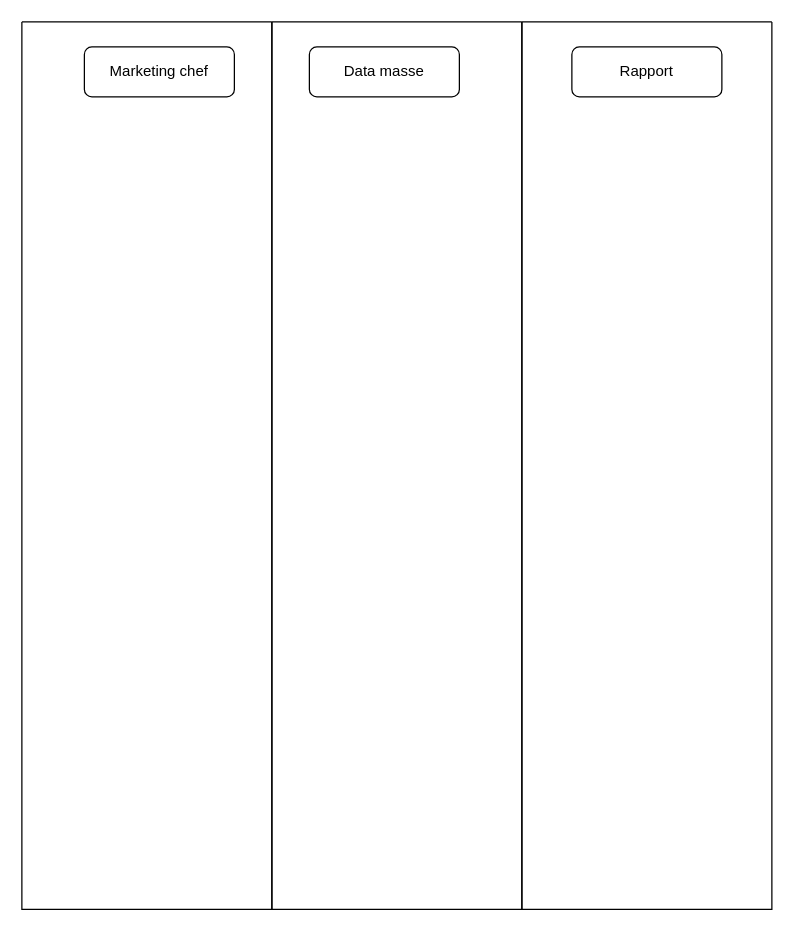
Above: Untitled Diagram.drawio in TeisBajs/SoftwareKonstruktion (draw.io), before the change. Source tidied: cells renumbered, new cells numbered last; positions are measured from the earlier drawing's top-left corner, leaving out a move shared by most shapes. Both pictures are drawn from the tidied source at 125%, with x=0, y=0 at pixel (21, 21).
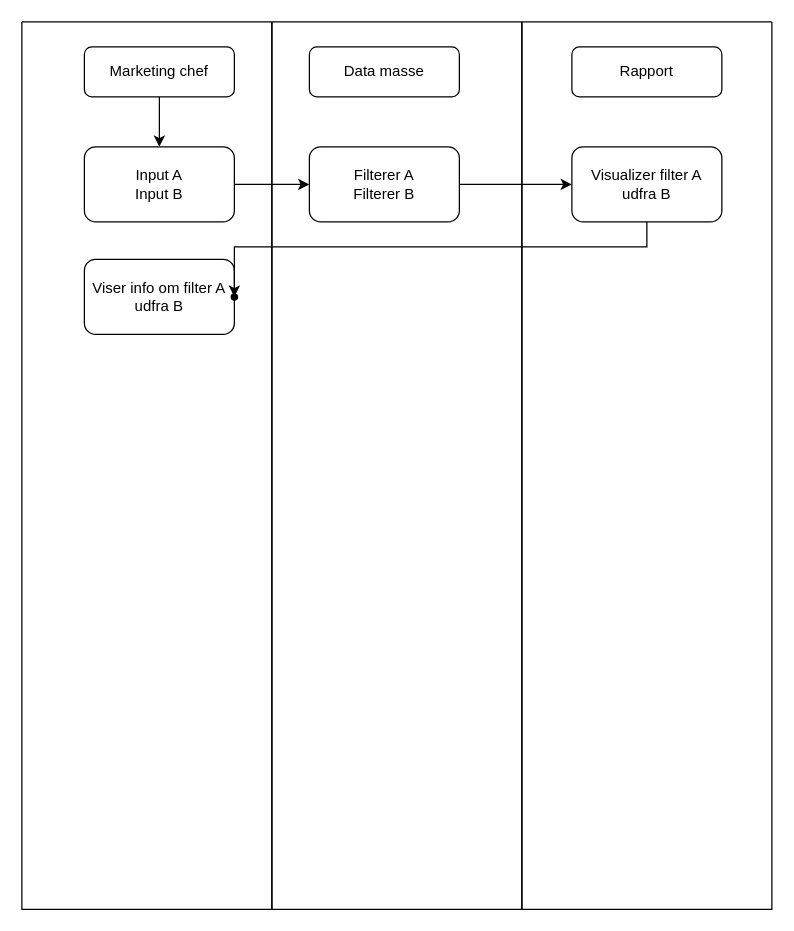
The same page after the edit.

What changed in the source:
```diff
@@
 <mxGraphModel>
   <root>
     <mxCell id="0" />
     <mxCell id="1" parent="0" />
     <mxCell id="2" style="swimlane;startSize=0;" parent="1" vertex="1">
       <mxGeometry width="200" height="710" as="geometry" />
     </mxCell>
+    <mxCell id="8" style="edgeStyle=orthogonalEdgeStyle;rounded=0;jettySize=auto;html=1;" parent="2" edge="1" source="3" target="9">
+      <mxGeometry relative="1" as="geometry" />
+    </mxCell>
     <mxCell id="3" value="Marketing chef" style="rounded=1;whiteSpace=wrap;html=1;fontSize=12;glass=0;strokeWidth=1;shadow=0;" parent="2" vertex="1">
       <mxGeometry x="50" y="20" width="120" height="40" as="geometry" />
     </mxCell>
+    <mxCell id="9" value="Input A&lt;br&gt;Input B" style="rounded=1;whiteSpace=wrap;html=1;" parent="2" vertex="1">
+      <mxGeometry x="50" y="100" width="120" height="60" as="geometry" />
+    </mxCell>
+    <mxCell id="10" value="Viser info om filter A udfra B" style="rounded=1;whiteSpace=wrap;html=1;" parent="2" vertex="1">
+      <mxGeometry x="50" y="190" width="120" height="60" as="geometry" />
+    </mxCell>
     <mxCell id="4" style="swimlane;startSize=0;" parent="1" vertex="1">
       <mxGeometry x="400" width="200" height="710" as="geometry" />
     </mxCell>
     <mxCell id="5" value="Rapport" style="rounded=1;whiteSpace=wrap;html=1;fontSize=12;glass=0;strokeWidth=1;shadow=0;" parent="4" vertex="1">
       <mxGeometry x="40" y="20" width="120" height="40" as="geometry" />
     </mxCell>
+    <mxCell id="11" value="Visualizer filter A udfra B" style="rounded=1;whiteSpace=wrap;html=1;" parent="4" vertex="1">
+      <mxGeometry x="40" y="100" width="120" height="60" as="geometry" />
+    </mxCell>
     <mxCell id="6" value="Data masse" style="rounded=1;whiteSpace=wrap;html=1;fontSize=12;glass=0;strokeWidth=1;shadow=0;" parent="1" vertex="1">
       <mxGeometry x="230" y="20" width="120" height="40" as="geometry" />
     </mxCell>
     <mxCell id="7" style="swimlane;startSize=0;" parent="1" vertex="1">
       <mxGeometry x="200" width="200" height="710" as="geometry" />
     </mxCell>
+    <mxCell id="12" value="Filterer A&lt;br&gt;Filterer B" style="rounded=1;whiteSpace=wrap;html=1;" parent="7" vertex="1">
+      <mxGeometry x="30" y="100" width="120" height="60" as="geometry" />
+    </mxCell>
+    <mxCell id="13" style="edgeStyle=orthogonalEdgeStyle;rounded=0;jettySize=auto;html=1;" parent="1" edge="1" source="9" target="12">
+      <mxGeometry relative="1" as="geometry" />
+    </mxCell>
+    <mxCell id="14" style="edgeStyle=orthogonalEdgeStyle;rounded=0;jettySize=auto;html=1;" parent="1" edge="1" source="12" target="11">
+      <mxGeometry relative="1" as="geometry" />
+    </mxCell>
+    <mxCell id="15" style="shape=waypoint;size=6;points=[];fillColor=#ffffff;perimeter=centerPerimeter;snapToPoint=1;rounded=1;" parent="1" vertex="1">
+      <mxGeometry x="150" y="200" width="40" height="40" as="geometry" />
+    </mxCell>
+    <mxCell id="16" style="edgeStyle=orthogonalEdgeStyle;rounded=0;jettySize=auto;html=1;entryX=0.444;entryY=0.106;entryDx=0;entryDy=0;entryPerimeter=0;exitX=0.5;exitY=1;exitDx=0;exitDy=0;" parent="1" edge="1" source="11" target="15">
+      <mxGeometry relative="1" as="geometry" />
+    </mxCell>
   </root>
 </mxGraphModel>
```
